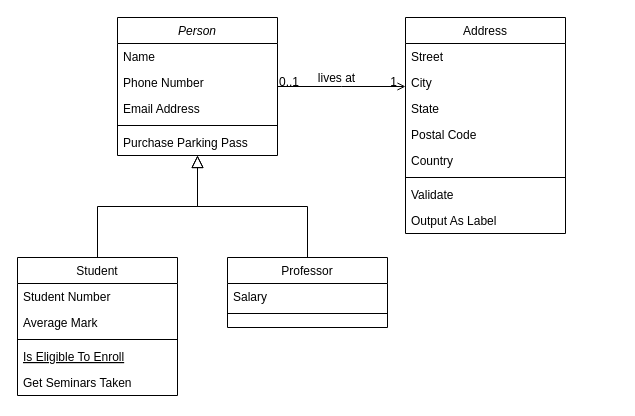
Before: Untitled Diagram.drawio in davepatel2/StuffEx---full-stack, a draw.io diagram. Source tidied: cells renumbered, new cells numbered last; positions are measured from the earlier drawing's top-left corner, leaving out a move shared by most shapes. Both pictures are drawn from the tidied source at 100%, with x=0, y=0 at pixel (17, 17).
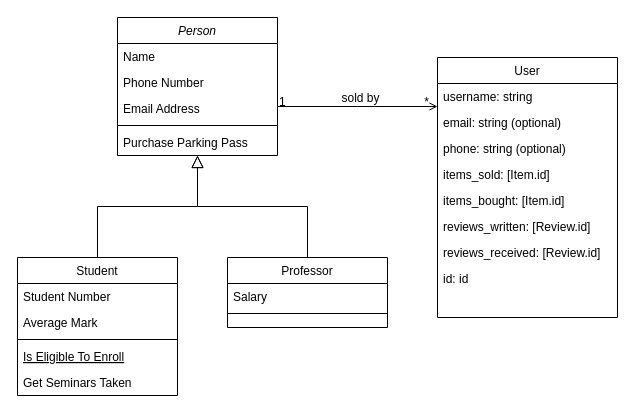
After the change.

Unchanged cells that the change refers to:
```xml
<mxCell id="28" style="endArrow=open;shadow=0;strokeWidth=1;rounded=0;endFill=1;edgeStyle=elbowEdgeStyle;elbow=vertical;" parent="1" edge="1" source="2" target="19">
  <mxGeometry x="0.5" y="41" relative="1" as="geometry">
    <mxPoint x="-40" y="32" as="offset" />
  </mxGeometry>
</mxCell>
```

Change to the diagram source:
```diff
@@
-    <mxCell id="19" value="Address" style="swimlane;fontStyle=0;align=center;verticalAlign=top;horizontal=1;startSize=26;rounded=0;shadow=0;strokeWidth=1;" parent="1" vertex="1">
-      <mxGeometry x="388" width="160" height="216" as="geometry" />
+    <mxCell id="19" value="User" style="swimlane;fontStyle=0;align=center;verticalAlign=top;horizontal=1;startSize=26;rounded=0;shadow=0;strokeWidth=1;" parent="1" vertex="1">
+      <mxGeometry x="420" y="40" width="180" height="260" as="geometry" />
     </mxCell>
-    <mxCell id="20" value="Street" style="text;align=left;verticalAlign=top;spacingLeft=4;spacingRight=4;overflow=hidden;" parent="19" vertex="1">
-      <mxGeometry y="26" width="160" height="26" as="geometry" />
+    <mxCell id="20" value="username: string" style="text;align=left;verticalAlign=top;spacingLeft=4;spacingRight=4;overflow=hidden;" parent="19" vertex="1">
+      <mxGeometry y="26" width="180" height="26" as="geometry" />
     </mxCell>
-    <mxCell id="21" value="City" style="text;align=left;verticalAlign=top;spacingLeft=4;spacingRight=4;overflow=hidden;rounded=0;shadow=0;html=0;" parent="19" vertex="1">
-      <mxGeometry y="52" width="160" height="26" as="geometry" />
+    <mxCell id="21" value="email: string (optional)" style="text;align=left;verticalAlign=top;spacingLeft=4;spacingRight=4;overflow=hidden;rounded=0;shadow=0;html=0;" parent="19" vertex="1">
+      <mxGeometry y="52" width="180" height="26" as="geometry" />
     </mxCell>
-    <mxCell id="22" value="State" style="text;align=left;verticalAlign=top;spacingLeft=4;spacingRight=4;overflow=hidden;rounded=0;shadow=0;html=0;" parent="19" vertex="1">
-      <mxGeometry y="78" width="160" height="26" as="geometry" />
+    <mxCell id="22" value="phone: string (optional)" style="text;align=left;verticalAlign=top;spacingLeft=4;spacingRight=4;overflow=hidden;rounded=0;shadow=0;html=0;" parent="19" vertex="1">
+      <mxGeometry y="78" width="180" height="26" as="geometry" />
     </mxCell>
-    <mxCell id="23" value="Postal Code" style="text;align=left;verticalAlign=top;spacingLeft=4;spacingRight=4;overflow=hidden;rounded=0;shadow=0;html=0;" parent="19" vertex="1">
-      <mxGeometry y="104" width="160" height="26" as="geometry" />
+    <mxCell id="23" value="items_sold: [Item.id]" style="text;align=left;verticalAlign=top;spacingLeft=4;spacingRight=4;overflow=hidden;rounded=0;shadow=0;html=0;" parent="19" vertex="1">
+      <mxGeometry y="104" width="180" height="26" as="geometry" />
     </mxCell>
-    <mxCell id="24" value="Country" style="text;align=left;verticalAlign=top;spacingLeft=4;spacingRight=4;overflow=hidden;rounded=0;shadow=0;html=0;" parent="19" vertex="1">
-      <mxGeometry y="130" width="160" height="26" as="geometry" />
+    <mxCell id="24" value="items_bought: [Item.id]" style="text;align=left;verticalAlign=top;spacingLeft=4;spacingRight=4;overflow=hidden;rounded=0;shadow=0;html=0;" parent="19" vertex="1">
+      <mxGeometry y="130" width="180" height="26" as="geometry" />
     </mxCell>
-    <mxCell id="25" style="line;html=1;strokeWidth=1;align=left;verticalAlign=middle;spacingTop=-1;spacingLeft=3;spacingRight=3;labelPosition=right;" parent="19" vertex="1">
-      <mxGeometry y="156" width="160" height="8" as="geometry" />
-    </mxCell>
-    <mxCell id="26" value="Validate" style="text;align=left;verticalAlign=top;spacingLeft=4;spacingRight=4;overflow=hidden;" parent="19" vertex="1">
-      <mxGeometry y="164" width="160" height="26" as="geometry" />
-    </mxCell>
-    <mxCell id="27" value="Output As Label" style="text;align=left;verticalAlign=top;spacingLeft=4;spacingRight=4;overflow=hidden;" parent="19" vertex="1">
-      <mxGeometry y="190" width="160" height="26" as="geometry" />
-    </mxCell>
+    <mxCell id="32" value="reviews_written: [Review.id]" style="text;align=left;verticalAlign=top;spacingLeft=4;spacingRight=4;overflow=hidden;rounded=0;shadow=0;html=0;" parent="19" vertex="1">
+      <mxGeometry y="156" width="180" height="26" as="geometry" />
+    </mxCell>
+    <mxCell id="33" value="reviews_received: [Review.id]" style="text;align=left;verticalAlign=top;spacingLeft=4;spacingRight=4;overflow=hidden;rounded=0;shadow=0;html=0;" parent="19" vertex="1">
+      <mxGeometry y="182" width="180" height="26" as="geometry" />
+    </mxCell>
+    <mxCell id="34" value="id: id" style="text;align=left;verticalAlign=top;spacingLeft=4;spacingRight=4;overflow=hidden;rounded=0;shadow=0;html=0;" parent="19" vertex="1">
+      <mxGeometry y="208" width="180" height="26" as="geometry" />
+    </mxCell>
@@
-    <mxCell id="29" value="0..1" style="align=left;verticalAlign=bottom;labelBackgroundColor=none;fontSize=12;" parent="28" vertex="1">
+    <mxCell id="29" value="1" style="align=left;verticalAlign=bottom;labelBackgroundColor=none;fontSize=12;" parent="28" vertex="1">
       <mxGeometry x="-1" relative="1" as="geometry">
         <mxPoint y="4" as="offset" />
       </mxGeometry>
     </mxCell>
-    <mxCell id="30" value="1" style="align=right;verticalAlign=bottom;labelBackgroundColor=none;fontSize=12;" parent="28" vertex="1">
+    <mxCell id="30" value="*" style="align=right;verticalAlign=bottom;labelBackgroundColor=none;fontSize=12;" parent="28" vertex="1">
       <mxGeometry x="1" relative="1" as="geometry">
         <mxPoint x="-7" y="4" as="offset" />
       </mxGeometry>
     </mxCell>
-    <mxCell id="31" value="lives at" style="text;html=1;align=center;verticalAlign=middle;labelBackgroundColor=none;rounded=0;shadow=0;strokeWidth=1;fontSize=12;" parent="28" vertex="1">
+    <mxCell id="31" value="sold by" style="text;html=1;align=center;verticalAlign=middle;labelBackgroundColor=none;rounded=0;shadow=0;strokeWidth=1;fontSize=12;" parent="28" vertex="1">
       <mxGeometry x="0.5" y="49" relative="1" as="geometry">
         <mxPoint x="-38" y="40" as="offset" />
       </mxGeometry>
     </mxCell>
```
